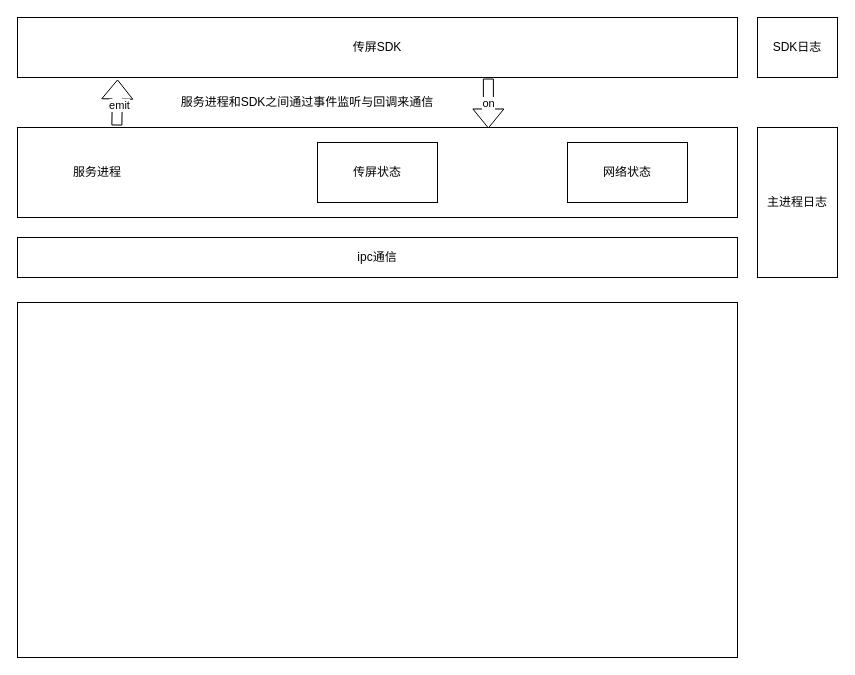
This is Untitled Diagram.drawio from kkgg123/ROOT, a draw.io file, before an edit. Source tidied: cells renumbered, new cells numbered last; positions are measured from the earlier drawing's top-left corner, leaving out a move shared by most shapes. Both pictures are drawn from the tidied source at 100%, with x=0, y=0 at pixel (17, 17).
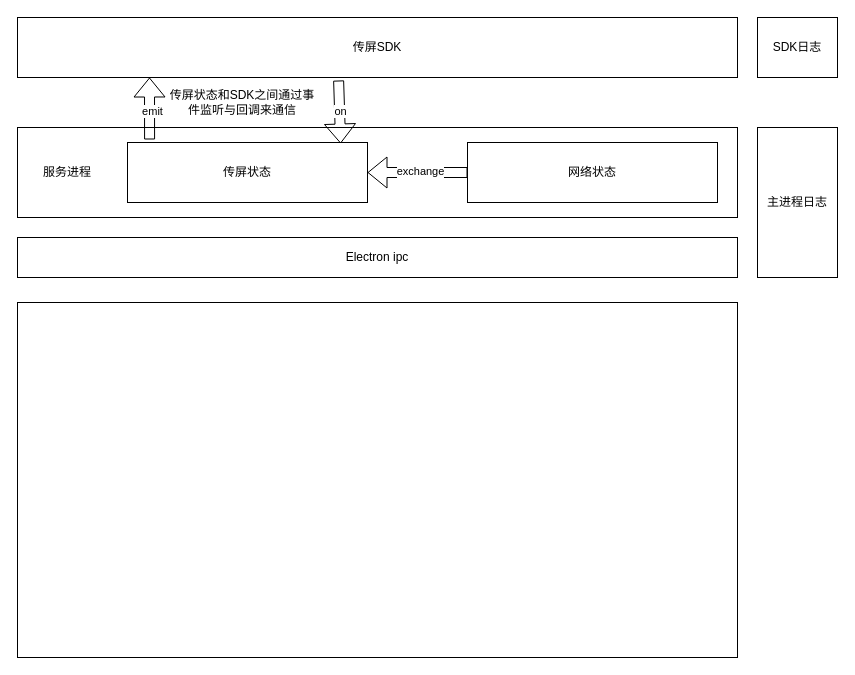
Above is the later version.

Diff of the diagram source:
```diff
@@
 <mxGraphModel>
   <root>
     <mxCell id="0" />
     <mxCell id="1" parent="0" />
     <mxCell id="2" style="rounded=0;whiteSpace=wrap;html=1;" parent="1" vertex="1">
       <mxGeometry y="110" width="720" height="90" as="geometry" />
     </mxCell>
     <mxCell id="3" value="传屏SDK" style="rounded=0;whiteSpace=wrap;html=1;" parent="1" vertex="1">
       <mxGeometry width="720" height="60" as="geometry" />
     </mxCell>
     <mxCell id="4" value="传屏状态" style="rounded=0;whiteSpace=wrap;html=1;" parent="1" vertex="1">
-      <mxGeometry x="300" y="125" width="120" height="60" as="geometry" />
+      <mxGeometry x="110" y="125" width="240" height="60" as="geometry" />
     </mxCell>
     <mxCell id="5" value="网络状态" style="rounded=0;whiteSpace=wrap;html=1;" parent="1" vertex="1">
-      <mxGeometry x="550" y="125" width="120" height="60" as="geometry" />
+      <mxGeometry x="450" y="125" width="250" height="60" as="geometry" />
     </mxCell>
-    <mxCell id="6" value="ipc通信" style="rounded=0;whiteSpace=wrap;html=1;" parent="1" vertex="1">
+    <mxCell id="6" value="Electron ipc" style="rounded=0;whiteSpace=wrap;html=1;" parent="1" vertex="1">
       <mxGeometry y="220" width="720" height="40" as="geometry" />
     </mxCell>
     <mxCell id="7" value="服务进程" style="text;html=1;strokeColor=none;fillColor=none;align=center;verticalAlign=middle;whiteSpace=wrap;rounded=0;" parent="1" vertex="1">
-      <mxGeometry x="50" y="140" width="60" height="30" as="geometry" />
+      <mxGeometry x="20" y="140" width="60" height="30" as="geometry" />
     </mxCell>
     <mxCell id="8" style="rounded=0;whiteSpace=wrap;html=1;" parent="1" vertex="1">
       <mxGeometry y="285" width="720" height="355" as="geometry" />
     </mxCell>
     <mxCell id="9" value="主进程日志" style="rounded=0;whiteSpace=wrap;html=1;" parent="1" vertex="1">
       <mxGeometry x="740" y="110" width="80" height="150" as="geometry" />
     </mxCell>
-    <mxCell id="10" style="shape=flexArrow;endArrow=classic;html=1;rounded=0;entryX=0.654;entryY=0.011;entryDx=0;entryDy=0;entryPerimeter=0;exitX=0.654;exitY=1.017;exitDx=0;exitDy=0;exitPerimeter=0;" parent="1" edge="1" source="3" target="2">
+    <mxCell id="10" style="shape=flexArrow;endArrow=classic;html=1;rounded=0;entryX=0.888;entryY=0.017;entryDx=0;entryDy=0;entryPerimeter=0;exitX=0.446;exitY=1.05;exitDx=0;exitDy=0;exitPerimeter=0;" parent="1" edge="1" source="3" target="4">
       <mxGeometry relative="1" as="geometry" />
     </mxCell>
     <mxCell id="11" value="on" style="edgeLabel;html=1;align=center;verticalAlign=middle;" parent="10" vertex="1">
       <mxGeometry x="-0.02" relative="1" as="geometry" />
     </mxCell>
-    <mxCell id="12" style="shape=flexArrow;endArrow=classic;html=1;rounded=0;exitX=0.138;exitY=-0.022;exitDx=0;exitDy=0;exitPerimeter=0;entryX=0.139;entryY=1.033;entryDx=0;entryDy=0;entryPerimeter=0;" parent="1" edge="1" source="2" target="3">
-      <mxGeometry relative="1" as="geometry" />
+    <mxCell id="12" style="shape=flexArrow;endArrow=classic;html=1;rounded=0;exitX=0.092;exitY=-0.05;exitDx=0;exitDy=0;exitPerimeter=0;" parent="1" edge="1" source="4">
+      <mxGeometry relative="1" as="geometry">
+        <mxPoint x="132" y="60" as="targetPoint" />
+      </mxGeometry>
     </mxCell>
     <mxCell id="13" value="emit" style="edgeLabel;html=1;align=center;verticalAlign=middle;" parent="12" vertex="1">
       <mxGeometry x="-0.09" y="-2" relative="1" as="geometry" />
     </mxCell>
     <mxCell id="14" value="SDK日志" style="rounded=0;whiteSpace=wrap;html=1;" parent="1" vertex="1">
       <mxGeometry x="740" width="80" height="60" as="geometry" />
     </mxCell>
-    <mxCell id="15" value="服务进程和SDK之间通过事件监听与回调来通信" style="text;html=1;strokeColor=none;fillColor=none;align=center;verticalAlign=middle;whiteSpace=wrap;rounded=0;" parent="1" vertex="1">
-      <mxGeometry x="150" y="70" width="280" height="30" as="geometry" />
+    <mxCell id="15" value="传屏状态和SDK之间通过事件监听与回调来通信" style="text;html=1;strokeColor=none;fillColor=none;align=center;verticalAlign=middle;whiteSpace=wrap;rounded=0;" parent="1" vertex="1">
+      <mxGeometry x="150" y="70" width="150" height="30" as="geometry" />
     </mxCell>
+    <mxCell id="16" style="shape=flexArrow;endArrow=classic;html=1;rounded=0;entryX=1;entryY=0.5;entryDx=0;entryDy=0;exitX=0;exitY=0.5;exitDx=0;exitDy=0;" parent="1" edge="1" source="5" target="4">
+      <mxGeometry relative="1" as="geometry" />
+    </mxCell>
+    <mxCell id="17" value="exchange" style="edgeLabel;html=1;align=center;verticalAlign=middle;" parent="16" vertex="1">
+      <mxGeometry x="-0.05" y="-2" relative="1" as="geometry" />
+    </mxCell>
   </root>
 </mxGraphModel>
```
